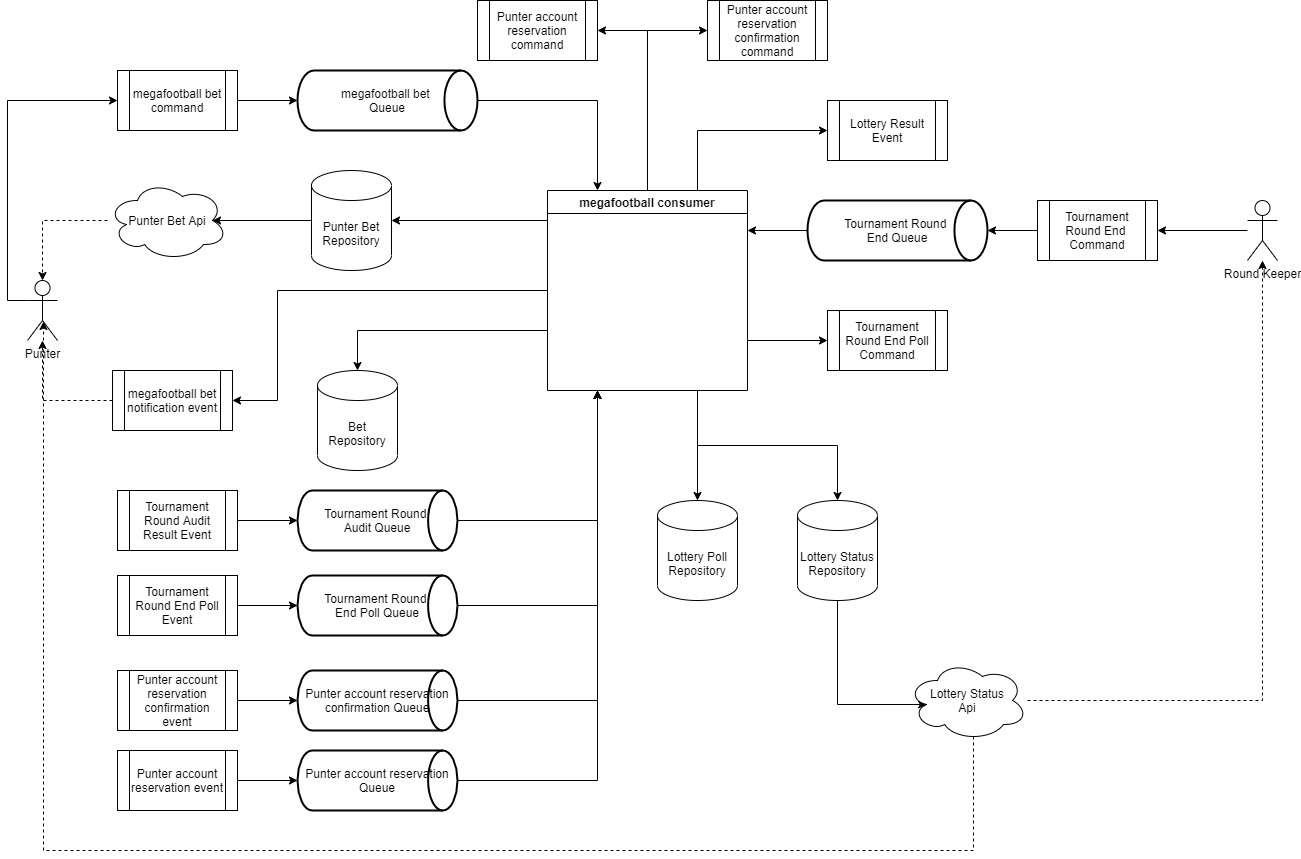
The draw.io diagram solucao.drawio.png in tinchant/megafootball, before a commit. Source tidied: cells renumbered, new cells last; positions are measured from the earlier drawing's top-left corner, leaving out a move shared by most shapes.
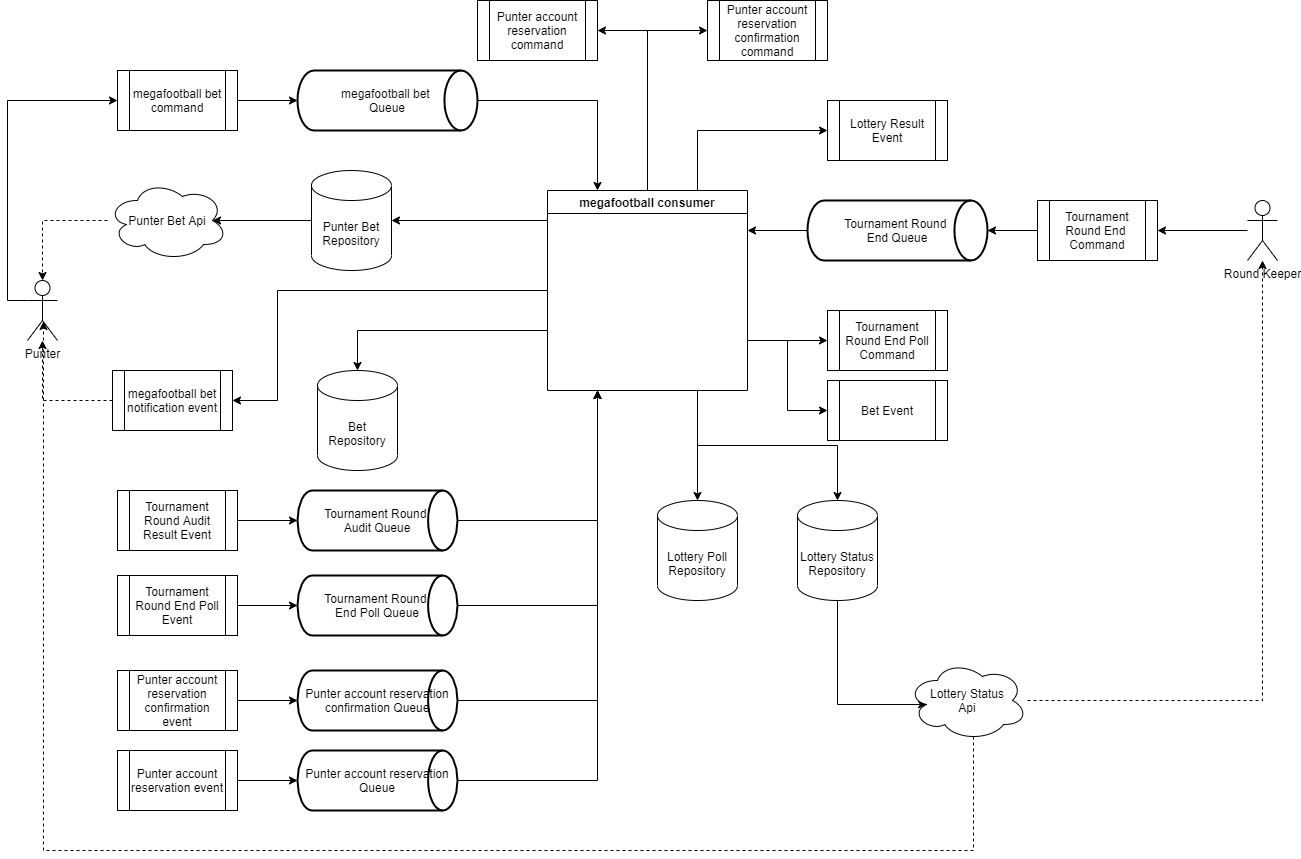
Above is the later version.

Change to the diagram source:
```diff
@@ -62,6 +62,9 @@
         <mxPoint x="520" y="220" as="sourcePoint" />
       </mxGeometry>
     </mxCell>
+    <mxCell id="57" style="edgeStyle=orthogonalEdgeStyle;rounded=0;jettySize=auto;html=1;strokeColor=default;exitX=1;exitY=0.75;exitDx=0;exitDy=0;" parent="1" edge="1" source="19" target="58">
+      <mxGeometry relative="1" as="geometry" />
+    </mxCell>
     <mxCell id="19" value="megafootball consumer" style="swimlane;startSize=23;" parent="1" vertex="1">
       <mxGeometry x="520" y="190" width="200" height="200" as="geometry" />
     </mxCell>
@@ -189,5 +192,8 @@
     <mxCell id="56" value="Punter Bet Api" style="ellipse;shape=cloud;whiteSpace=wrap;html=1;" parent="1" vertex="1">
       <mxGeometry x="80" y="180" width="120" height="80" as="geometry" />
     </mxCell>
+    <mxCell id="58" value="Bet Event" style="shape=process;whiteSpace=wrap;html=1;backgroundOutline=1;" parent="1" vertex="1">
+      <mxGeometry x="800" y="380" width="120" height="60" as="geometry" />
+    </mxCell>
   </root>
 </mxGraphModel>
```
